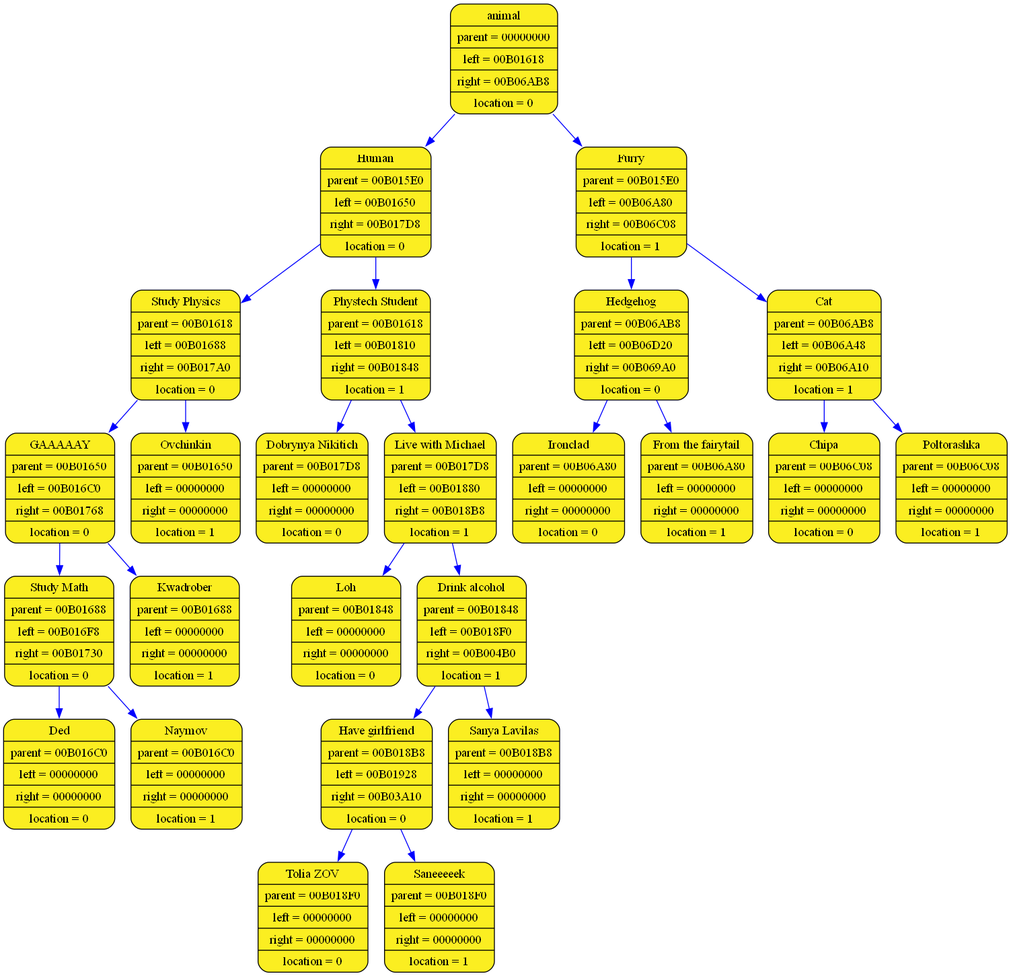
Earlier version of the Graphviz export log_folder_acinator/acinator_graph.png (aywert/ACINATOR). Its source is kept beside it as log_folder_acinator/acinator_graph.dot.
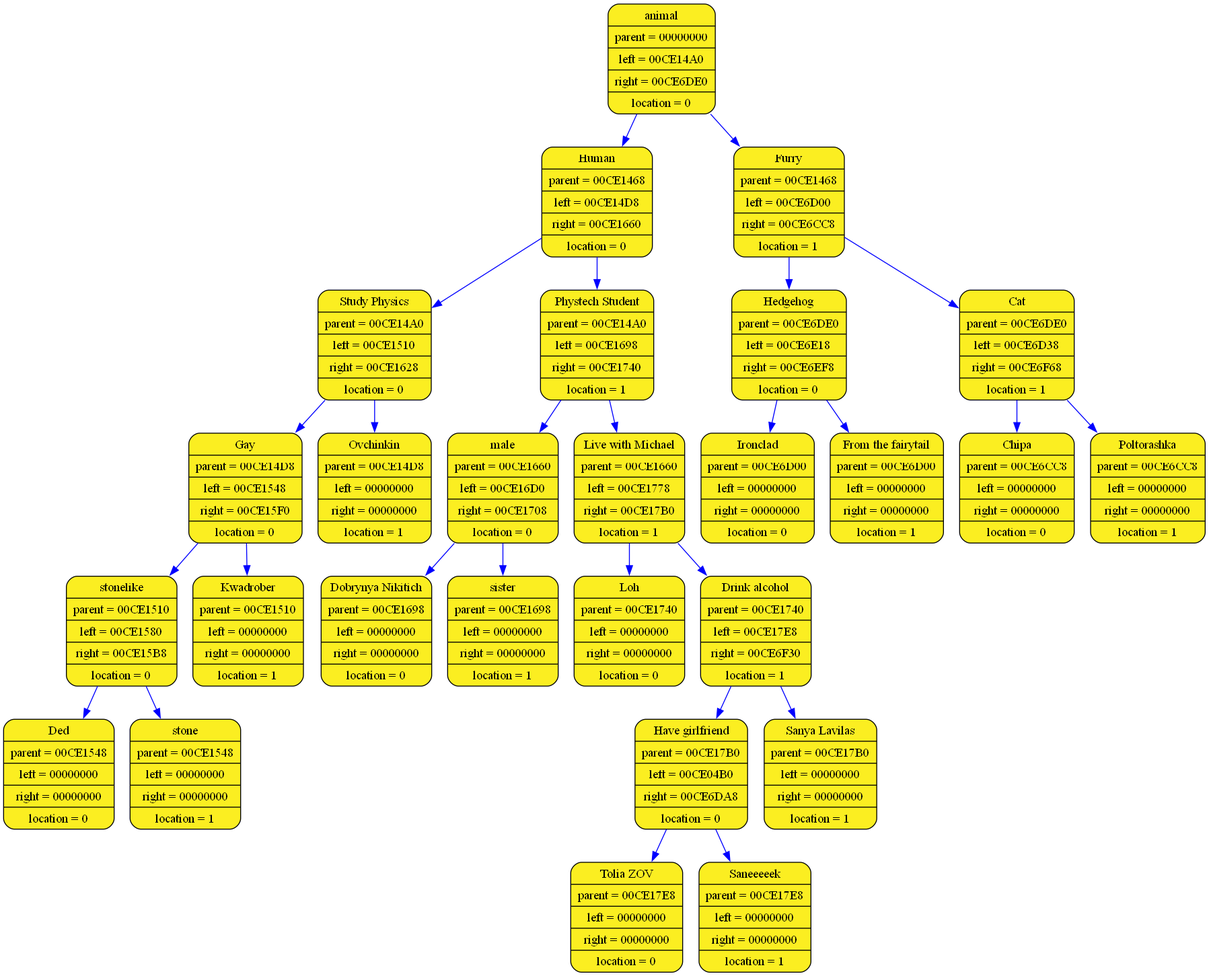
The same diagram one commit later.

What changed in the source:
```diff
@@ -1,53 +1,57 @@
 digraph list
 {
 rankdir=HR;
-	11539940 [shape = Mrecord; style = filled; fillcolor="#FBEE21"; color = "#000000"; fontcolor = "#000000"; label = "{ animal| parent = 00000000| left = 00B01618| right = 00B06AB8| location = 0}"];
-	11539996 [shape = Mrecord; style = filled; fillcolor="#FBEE21"; color = "#000000"; fontcolor = "#000000"; label = "{ Human| parent = 00B015E0| left = 00B01650| right = 00B017D8| location = 0}"];
-	11539940 -> 11539996 [color="blue"]
-	11540052 [shape = Mrecord; style = filled; fillcolor="#FBEE21"; color = "#000000"; fontcolor = "#000000"; label = "{ Study Physics| parent = 00B01618| left = 00B01688| right = 00B017A0| location = 0}"];
-	11539996 -> 11540052 [color="blue"]
-	11540108 [shape = Mrecord; style = filled; fillcolor="#FBEE21"; color = "#000000"; fontcolor = "#000000"; label = "{ GAAAAAY| parent = 00B01650| left = 00B016C0| right = 00B01768| location = 0}"];
-	11540052 -> 11540108 [color="blue"]
-	11540164 [shape = Mrecord; style = filled; fillcolor="#FBEE21"; color = "#000000"; fontcolor = "#000000"; label = "{ Study Math| parent = 00B01688| left = 00B016F8| right = 00B01730| location = 0}"];
-	11540108 -> 11540164 [color="blue"]
-	11540220 [shape = Mrecord; style = filled; fillcolor="#FBEE21"; color = "#000000"; fontcolor = "#000000"; label = "{ Ded| parent = 00B016C0| left = 00000000| right = 00000000| location = 0}"];
-	11540164 -> 11540220 [color="blue"]
-	11540276 [shape = Mrecord; style = filled; fillcolor="#FBEE21"; color = "#000000"; fontcolor = "#000000"; label = "{ Naymov| parent = 00B016C0| left = 00000000| right = 00000000| location = 1}"];
-	11540164 -> 11540276 [color="blue"]
-	11540332 [shape = Mrecord; style = filled; fillcolor="#FBEE21"; color = "#000000"; fontcolor = "#000000"; label = "{ Kwadrober| parent = 00B01688| left = 00000000| right = 00000000| location = 1}"];
-	11540108 -> 11540332 [color="blue"]
-	11540388 [shape = Mrecord; style = filled; fillcolor="#FBEE21"; color = "#000000"; fontcolor = "#000000"; label = "{ Ovchinkin| parent = 00B01650| left = 00000000| right = 00000000| location = 1}"];
-	11540052 -> 11540388 [color="blue"]
-	11540444 [shape = Mrecord; style = filled; fillcolor="#FBEE21"; color = "#000000"; fontcolor = "#000000"; label = "{ Phystech Student| parent = 00B01618| left = 00B01810| right = 00B01848| location = 1}"];
-	11539996 -> 11540444 [color="blue"]
-	11540500 [shape = Mrecord; style = filled; fillcolor="#FBEE21"; color = "#000000"; fontcolor = "#000000"; label = "{ Dobrynya Nikitich| parent = 00B017D8| left = 00000000| right = 00000000| location = 0}"];
-	11540444 -> 11540500 [color="blue"]
-	11540556 [shape = Mrecord; style = filled; fillcolor="#FBEE21"; color = "#000000"; fontcolor = "#000000"; label = "{ Live with Michael| parent = 00B017D8| left = 00B01880| right = 00B018B8| location = 1}"];
-	11540444 -> 11540556 [color="blue"]
-	11540612 [shape = Mrecord; style = filled; fillcolor="#FBEE21"; color = "#000000"; fontcolor = "#000000"; label = "{ Loh| parent = 00B01848| left = 00000000| right = 00000000| location = 0}"];
-	11540556 -> 11540612 [color="blue"]
-	11540668 [shape = Mrecord; style = filled; fillcolor="#FBEE21"; color = "#000000"; fontcolor = "#000000"; label = "{ Drink alcohol| parent = 00B01848| left = 00B018F0| right = 00B004B0| location = 1}"];
-	11540556 -> 11540668 [color="blue"]
-	11540724 [shape = Mrecord; style = filled; fillcolor="#FBEE21"; color = "#000000"; fontcolor = "#000000"; label = "{ Have girlfriend| parent = 00B018B8| left = 00B01928| right = 00B03A10| location = 0}"];
-	11540668 -> 11540724 [color="blue"]
-	11540780 [shape = Mrecord; style = filled; fillcolor="#FBEE21"; color = "#000000"; fontcolor = "#000000"; label = "{ Tolia ZOV| parent = 00B018F0| left = 00000000| right = 00000000| location = 0}"];
-	11540724 -> 11540780 [color="blue"]
-	11549204 [shape = Mrecord; style = filled; fillcolor="#FBEE21"; color = "#000000"; fontcolor = "#000000"; label = "{ Saneeeeek| parent = 00B018F0| left = 00000000| right = 00000000| location = 1}"];
-	11540724 -> 11549204 [color="blue"]
-	11535540 [shape = Mrecord; style = filled; fillcolor="#FBEE21"; color = "#000000"; fontcolor = "#000000"; label = "{ Sanya Lavilas| parent = 00B018B8| left = 00000000| right = 00000000| location = 1}"];
-	11540668 -> 11535540 [color="blue"]
-	11561660 [shape = Mrecord; style = filled; fillcolor="#FBEE21"; color = "#000000"; fontcolor = "#000000"; label = "{ Furry| parent = 00B015E0| left = 00B06A80| right = 00B06C08| location = 1}"];
-	11539940 -> 11561660 [color="blue"]
-	11561604 [shape = Mrecord; style = filled; fillcolor="#FBEE21"; color = "#000000"; fontcolor = "#000000"; label = "{ Hedgehog| parent = 00B06AB8| left = 00B06D20| right = 00B069A0| location = 0}"];
-	11561660 -> 11561604 [color="blue"]
-	11562276 [shape = Mrecord; style = filled; fillcolor="#FBEE21"; color = "#000000"; fontcolor = "#000000"; label = "{ Ironclad| parent = 00B06A80| left = 00000000| right = 00000000| location = 0}"];
-	11561604 -> 11562276 [color="blue"]
-	11561380 [shape = Mrecord; style = filled; fillcolor="#FBEE21"; color = "#000000"; fontcolor = "#000000"; label = "{ From the fairytail| parent = 00B06A80| left = 00000000| right = 00000000| location = 1}"];
-	11561604 -> 11561380 [color="blue"]
-	11561996 [shape = Mrecord; style = filled; fillcolor="#FBEE21"; color = "#000000"; fontcolor = "#000000"; label = "{ Cat| parent = 00B06AB8| left = 00B06A48| right = 00B06A10| location = 1}"];
-	11561660 -> 11561996 [color="blue"]
-	11561548 [shape = Mrecord; style = filled; fillcolor="#FBEE21"; color = "#000000"; fontcolor = "#000000"; label = "{ Chipa| parent = 00B06C08| left = 00000000| right = 00000000| location = 0}"];
-	11561996 -> 11561548 [color="blue"]
-	11561492 [shape = Mrecord; style = filled; fillcolor="#FBEE21"; color = "#000000"; fontcolor = "#000000"; label = "{ Poltorashka| parent = 00B06C08| left = 00000000| right = 00000000| location = 1}"];
-	11561996 -> 11561492 [color="blue"]
+	2043027520168 [shape = Mrecord; style = filled; fillcolor="#FBEE21"; color = "#000000"; fontcolor = "#000000"; label = "{ animal| parent = 0000000000000000| left = 000001DBADEDFEB0| right = 000001DBADEDFDC0| location = 0}"];
+	2043027521208 [shape = Mrecord; style = filled; fillcolor="#FBEE21"; color = "#000000"; fontcolor = "#000000"; label = "{ Human| parent = 000001DBADEDFAA0| left = 000001DBADEE00E0| right = 000001DBADEDFF50| location = 0}"];
+	2043027520168 -> 2043027521208 [color="blue"]
+	2043027521768 [shape = Mrecord; style = filled; fillcolor="#FBEE21"; color = "#000000"; fontcolor = "#000000"; label = "{ Study Physics| parent = 000001DBADEDFEB0| left = 000001DBADEDFA00| right = 000001DBADEDFB40| location = 0}"];
+	2043027521208 -> 2043027521768 [color="blue"]
+	2043027520008 [shape = Mrecord; style = filled; fillcolor="#FBEE21"; color = "#000000"; fontcolor = "#000000"; label = "{ Gay| parent = 000001DBADEE00E0| left = 000001DBADEDFA50| right = 000001DBADEDFB90| location = 0}"];
+	2043027521768 -> 2043027520008 [color="blue"]
+	2043027520088 [shape = Mrecord; style = filled; fillcolor="#FBEE21"; color = "#000000"; fontcolor = "#000000"; label = "{ stonelike| parent = 000001DBADEDFA00| left = 000001DBADEDFF00| right = 000001DBADEDFC30| location = 0}"];
+	2043027520008 -> 2043027520088 [color="blue"]
+	2043027521288 [shape = Mrecord; style = filled; fillcolor="#FBEE21"; color = "#000000"; fontcolor = "#000000"; label = "{ Ded| parent = 000001DBADEDFA50| left = 0000000000000000| right = 0000000000000000| location = 0}"];
+	2043027520088 -> 2043027521288 [color="blue"]
+	2043027520568 [shape = Mrecord; style = filled; fillcolor="#FBEE21"; color = "#000000"; fontcolor = "#000000"; label = "{ stone| parent = 000001DBADEDFA50| left = 0000000000000000| right = 0000000000000000| location = 1}"];
+	2043027520088 -> 2043027520568 [color="blue"]
+	2043027520408 [shape = Mrecord; style = filled; fillcolor="#FBEE21"; color = "#000000"; fontcolor = "#000000"; label = "{ Kwadrober| parent = 000001DBADEDFA00| left = 0000000000000000| right = 0000000000000000| location = 1}"];
+	2043027520008 -> 2043027520408 [color="blue"]
+	2043027520328 [shape = Mrecord; style = filled; fillcolor="#FBEE21"; color = "#000000"; fontcolor = "#000000"; label = "{ Ovchinkin| parent = 000001DBADEE00E0| left = 0000000000000000| right = 0000000000000000| location = 1}"];
+	2043027521768 -> 2043027520328 [color="blue"]
+	2043027521368 [shape = Mrecord; style = filled; fillcolor="#FBEE21"; color = "#000000"; fontcolor = "#000000"; label = "{ Phystech Student| parent = 000001DBADEDFEB0| left = 000001DBADEDFFA0| right = 000001DBADEDFCD0| location = 1}"];
+	2043027521208 -> 2043027521368 [color="blue"]
+	2043027521448 [shape = Mrecord; style = filled; fillcolor="#FBEE21"; color = "#000000"; fontcolor = "#000000"; label = "{ male| parent = 000001DBADEDFF50| left = 000001DBADEDFBE0| right = 000001DBADEDFC80| location = 0}"];
+	2043027521368 -> 2043027521448 [color="blue"]
+	2043027520488 [shape = Mrecord; style = filled; fillcolor="#FBEE21"; color = "#000000"; fontcolor = "#000000"; label = "{ Dobrynya Nikitich| parent = 000001DBADEDFFA0| left = 0000000000000000| right = 0000000000000000| location = 0}"];
+	2043027521448 -> 2043027520488 [color="blue"]
+	2043027520648 [shape = Mrecord; style = filled; fillcolor="#FBEE21"; color = "#000000"; fontcolor = "#000000"; label = "{ sister| parent = 000001DBADEDFFA0| left = 0000000000000000| right = 0000000000000000| location = 1}"];
+	2043027521448 -> 2043027520648 [color="blue"]
+	2043027520728 [shape = Mrecord; style = filled; fillcolor="#FBEE21"; color = "#000000"; fontcolor = "#000000"; label = "{ Live with Michael| parent = 000001DBADEDFF50| left = 000001DBADEE0040| right = 000001DBADEDFD20| location = 1}"];
+	2043027521368 -> 2043027520728 [color="blue"]
+	2043027521608 [shape = Mrecord; style = filled; fillcolor="#FBEE21"; color = "#000000"; fontcolor = "#000000"; label = "{ Loh| parent = 000001DBADEDFCD0| left = 0000000000000000| right = 0000000000000000| location = 0}"];
+	2043027520728 -> 2043027521608 [color="blue"]
+	2043027520808 [shape = Mrecord; style = filled; fillcolor="#FBEE21"; color = "#000000"; fontcolor = "#000000"; label = "{ Drink alcohol| parent = 000001DBADEDFCD0| left = 000001DBADEDFD70| right = 000001DBADEDFFF0| location = 1}"];
+	2043027520728 -> 2043027520808 [color="blue"]
+	2043027520888 [shape = Mrecord; style = filled; fillcolor="#FBEE21"; color = "#000000"; fontcolor = "#000000"; label = "{ Have girlfriend| parent = 000001DBADEDFD20| left = 000001DBADEE0090| right = 000001DBADEDF9B0| location = 0}"];
+	2043027520808 -> 2043027520888 [color="blue"]
+	2043027521688 [shape = Mrecord; style = filled; fillcolor="#FBEE21"; color = "#000000"; fontcolor = "#000000"; label = "{ Tolia ZOV| parent = 000001DBADEDFD70| left = 0000000000000000| right = 0000000000000000| location = 0}"];
+	2043027520888 -> 2043027521688 [color="blue"]
+	2043027519928 [shape = Mrecord; style = filled; fillcolor="#FBEE21"; color = "#000000"; fontcolor = "#000000"; label = "{ Saneeeeek| parent = 000001DBADEDFD70| left = 0000000000000000| right = 0000000000000000| location = 1}"];
+	2043027520888 -> 2043027519928 [color="blue"]
+	2043027521528 [shape = Mrecord; style = filled; fillcolor="#FBEE21"; color = "#000000"; fontcolor = "#000000"; label = "{ Sanya Lavilas| parent = 000001DBADEDFD20| left = 0000000000000000| right = 0000000000000000| location = 1}"];
+	2043027520808 -> 2043027521528 [color="blue"]
+	2043027520968 [shape = Mrecord; style = filled; fillcolor="#FBEE21"; color = "#000000"; fontcolor = "#000000"; label = "{ Furry| parent = 000001DBADEDFAA0| left = 000001DBADEDFE10| right = 000001DBADEE4670| location = 1}"];
+	2043027520168 -> 2043027520968 [color="blue"]
+	2043027521048 [shape = Mrecord; style = filled; fillcolor="#FBEE21"; color = "#000000"; fontcolor = "#000000"; label = "{ Hedgehog| parent = 000001DBADEDFDC0| left = 000001DBADEE4F30| right = 000001DBADEE4BC0| location = 0}"];
+	2043027520968 -> 2043027521048 [color="blue"]
+	2043027541816 [shape = Mrecord; style = filled; fillcolor="#FBEE21"; color = "#000000"; fontcolor = "#000000"; label = "{ Ironclad| parent = 000001DBADEDFE10| left = 0000000000000000| right = 0000000000000000| location = 0}"];
+	2043027521048 -> 2043027541816 [color="blue"]
+	2043027540936 [shape = Mrecord; style = filled; fillcolor="#FBEE21"; color = "#000000"; fontcolor = "#000000"; label = "{ From the fairytail| parent = 000001DBADEDFE10| left = 0000000000000000| right = 0000000000000000| location = 1}"];
+	2043027521048 -> 2043027540936 [color="blue"]
+	2043027539576 [shape = Mrecord; style = filled; fillcolor="#FBEE21"; color = "#000000"; fontcolor = "#000000"; label = "{ Cat| parent = 000001DBADEDFDC0| left = 000001DBADEE4490| right = 000001DBADEE4300| location = 1}"];
+	2043027520968 -> 2043027539576 [color="blue"]
+	2043027539096 [shape = Mrecord; style = filled; fillcolor="#FBEE21"; color = "#000000"; fontcolor = "#000000"; label = "{ Chipa| parent = 000001DBADEE4670| left = 0000000000000000| right = 0000000000000000| location = 0}"];
+	2043027539576 -> 2043027539096 [color="blue"]
+	2043027538696 [shape = Mrecord; style = filled; fillcolor="#FBEE21"; color = "#000000"; fontcolor = "#000000"; label = "{ Poltorashka| parent = 000001DBADEE4670| left = 0000000000000000| right = 0000000000000000| location = 1}"];
+	2043027539576 -> 2043027538696 [color="blue"]
 	}
```
